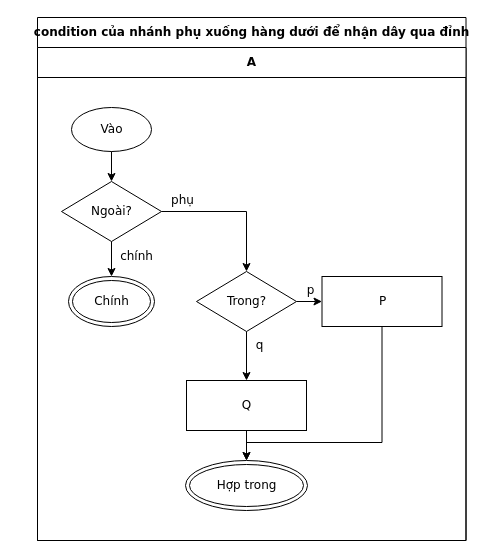
The draw.io diagram conformance/golden/optimize/cases-77-condition-entry-side-branch.drawio in luytbq/flowcast, before the edit. Source tidied: cells renumbered, new cells numbered last; positions are measured from the earlier drawing's top-left corner, leaving out a move shared by most shapes. Both pictures are drawn from the tidied source at 100%, with x=0, y=0 at pixel (37, 17).
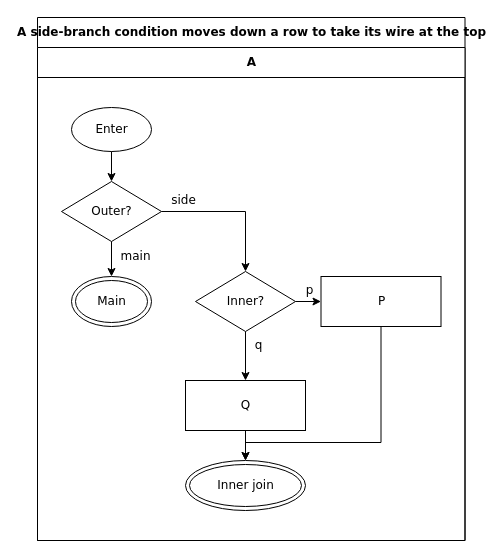
The same diagram, later.

Change to the diagram source:
```diff
@@
-    <mxCell id="2" value="condition của nhánh phụ xuống hàng dưới để nhận dây qua đỉnh" style="swimlane;html=1;startSize=30;fontStyle=1;fontFamily=Verdana;fontSize=12;flowtable=1;" parent="1" vertex="1">
-      <mxGeometry width="428.5" height="523" as="geometry" />
+    <mxCell id="2" value="A side-branch condition moves down a row to take its wire at the top" style="swimlane;html=1;startSize=30;fontStyle=1;fontFamily=Verdana;fontSize=12;flowtable=1;" parent="1" vertex="1">
+      <mxGeometry width="427.5" height="523" as="geometry" />
     </mxCell>
     <mxCell id="3" value="A" style="swimlane;html=1;startSize=30;fontFamily=Verdana;fontSize=12;flowtable=1;" parent="2" vertex="1">
-      <mxGeometry y="30" width="428.5" height="493" as="geometry" />
+      <mxGeometry y="30" width="427.5" height="493" as="geometry" />
     </mxCell>
-    <mxCell id="4" value="Vào" style="ellipse;html=1;fontFamily=Verdana;fontSize=12;flowtable=1;" parent="3" vertex="1">
+    <mxCell id="4" value="Enter" style="ellipse;html=1;fontFamily=Verdana;fontSize=12;flowtable=1;" parent="3" vertex="1">
       <mxGeometry x="34" y="60" width="80" height="44" as="geometry" />
     </mxCell>
-    <mxCell id="5" value="Ngoài?" style="rhombus;html=1;fontFamily=Verdana;fontSize=12;flowtable=1;" parent="3" vertex="1">
+    <mxCell id="5" value="Outer?" style="rhombus;html=1;fontFamily=Verdana;fontSize=12;flowtable=1;" parent="3" vertex="1">
       <mxGeometry x="24" y="134" width="100" height="60" as="geometry" />
     </mxCell>
-    <mxCell id="6" value="Trong?" style="rhombus;html=1;fontFamily=Verdana;fontSize=12;flowtable=1;" parent="3" vertex="1">
-      <mxGeometry x="159" y="224" width="100" height="60" as="geometry" />
+    <mxCell id="6" value="Inner?" style="rhombus;html=1;fontFamily=Verdana;fontSize=12;flowtable=1;" parent="3" vertex="1">
+      <mxGeometry x="158" y="224" width="100" height="60" as="geometry" />
     </mxCell>
     <mxCell id="7" value="P" style="rounded=0;html=1;fontFamily=Verdana;fontSize=12;flowtable=1;" parent="3" vertex="1">
-      <mxGeometry x="284.5" y="229" width="120" height="50" as="geometry" />
+      <mxGeometry x="283.5" y="229" width="120" height="50" as="geometry" />
     </mxCell>
     <mxCell id="8" value="Q" style="rounded=0;html=1;fontFamily=Verdana;fontSize=12;flowtable=1;" parent="3" vertex="1">
-      <mxGeometry x="149" y="333" width="120" height="50" as="geometry" />
+      <mxGeometry x="148" y="333" width="120" height="50" as="geometry" />
     </mxCell>
-    <mxCell id="9" value="Hợp trong" style="shape=doubleEllipse;html=1;fontFamily=Verdana;fontSize=12;flowtable=1;" parent="3" vertex="1">
-      <mxGeometry x="148" y="413" width="122" height="50" as="geometry" />
+    <mxCell id="9" value="Inner join" style="shape=doubleEllipse;html=1;fontFamily=Verdana;fontSize=12;flowtable=1;" parent="3" vertex="1">
+      <mxGeometry x="148" y="413" width="120" height="50" as="geometry" />
     </mxCell>
-    <mxCell id="10" value="Chính" style="shape=doubleEllipse;html=1;fontFamily=Verdana;fontSize=12;flowtable=1;" parent="3" vertex="1">
-      <mxGeometry x="31" y="229" width="86" height="50" as="geometry" />
+    <mxCell id="10" value="Main" style="shape=doubleEllipse;html=1;fontFamily=Verdana;fontSize=12;flowtable=1;" parent="3" vertex="1">
+      <mxGeometry x="34" y="229" width="80" height="50" as="geometry" />
     </mxCell>
@@
-    <mxCell id="12" value="phụ" style="edgeStyle=orthogonalEdgeStyle;rounded=0;jettySize=auto;html=1;labelBackgroundColor=default;exitX=1;exitY=0.5;exitDx=0;exitDy=0;entryX=0.5;entryY=0;entryDx=0;entryDy=0;fontFamily=Verdana;fontSize=12;flowtable=1;" parent="2" edge="1" source="5" target="6">
-      <mxGeometry x="-0.71" relative="1" as="geometry">
+    <mxCell id="12" value="side" style="edgeStyle=orthogonalEdgeStyle;rounded=0;jettySize=auto;html=1;labelBackgroundColor=default;exitX=1;exitY=0.5;exitDx=0;exitDy=0;entryX=0.5;entryY=0;entryDx=0;entryDy=0;fontFamily=Verdana;fontSize=12;flowtable=1;" parent="2" edge="1" source="5" target="6">
+      <mxGeometry x="-0.69" relative="1" as="geometry">
         <Array as="points">
-          <mxPoint x="209" y="194" />
+          <mxPoint x="208" y="194" />
         </Array>
         <mxPoint y="-11.5" as="offset" />
       </mxGeometry>
     </mxCell>
-    <mxCell id="13" value="chính" style="edgeStyle=orthogonalEdgeStyle;rounded=0;jettySize=auto;html=1;labelBackgroundColor=default;exitX=0.5;exitY=1;exitDx=0;exitDy=0;entryX=0.5;entryY=0;entryDx=0;entryDy=0;fontFamily=Verdana;fontSize=12;flowtable=1;" parent="2" edge="1" source="5" target="10">
+    <mxCell id="13" value="main" style="edgeStyle=orthogonalEdgeStyle;rounded=0;jettySize=auto;html=1;labelBackgroundColor=default;exitX=0.5;exitY=1;exitDx=0;exitDy=0;entryX=0.5;entryY=0;entryDx=0;entryDy=0;fontFamily=Verdana;fontSize=12;flowtable=1;" parent="2" edge="1" source="5" target="10">
       <mxGeometry x="-0.17" relative="1" as="geometry">
-        <mxPoint x="25.2" as="offset" />
+        <mxPoint x="23.9" as="offset" />
       </mxGeometry>
     </mxCell>
@@
     <mxCell id="16" style="edgeStyle=orthogonalEdgeStyle;rounded=0;jettySize=auto;html=1;labelBackgroundColor=default;exitX=0.5;exitY=1;exitDx=0;exitDy=0;entryX=0.5;entryY=0;entryDx=0;entryDy=0;fontFamily=Verdana;fontSize=12;flowtable=1;" parent="2" edge="1" source="7" target="9">
       <mxGeometry relative="1" as="geometry">
         <Array as="points">
-          <mxPoint x="344.5" y="425" />
-          <mxPoint x="209" y="425" />
+          <mxPoint x="343.5" y="425" />
+          <mxPoint x="208" y="425" />
         </Array>
       </mxGeometry>
     </mxCell>
```
